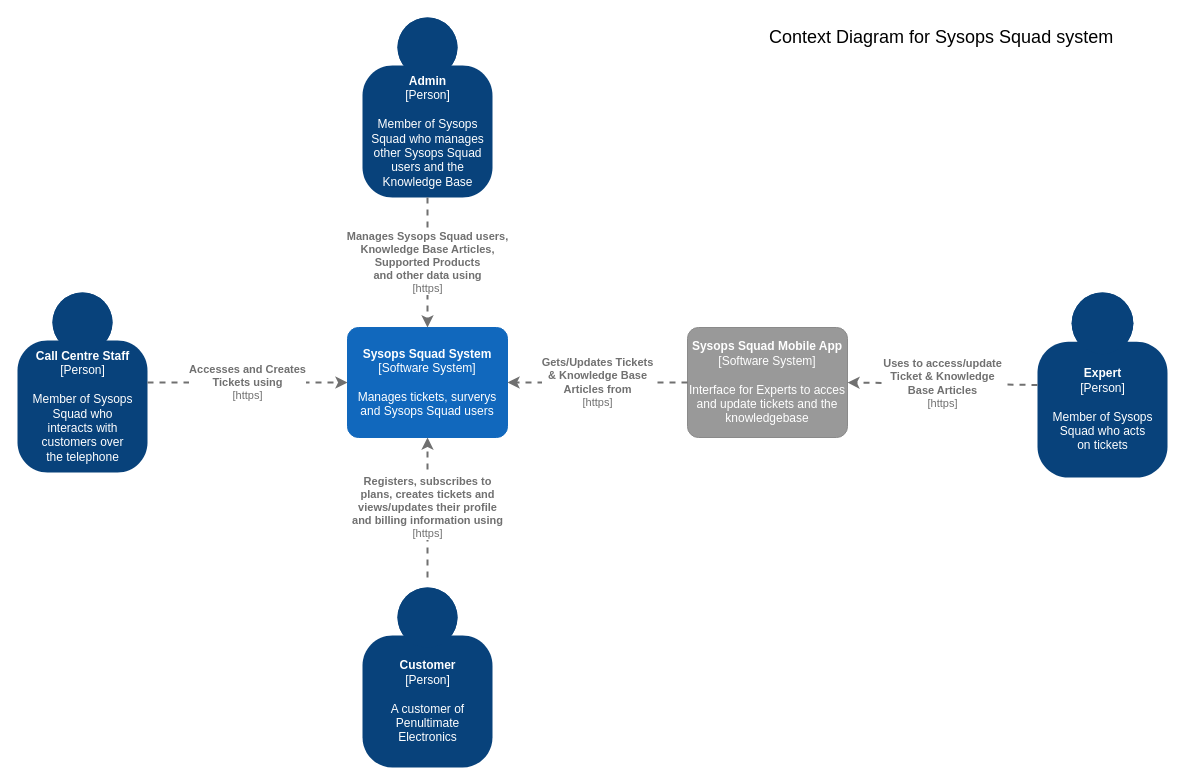
Above: 3.ViewsAndPerspectives/infrastructure/images/ContextDiagram.drawio in tekiegirl/TheMadKatas (draw.io), before the change. Source tidied: cells renumbered, new cells numbered last; positions are measured from the earlier drawing's top-left corner, leaving out a move shared by most shapes. Both pictures are drawn from the tidied source at 100%, with x=0, y=0 at pixel (17, 17).
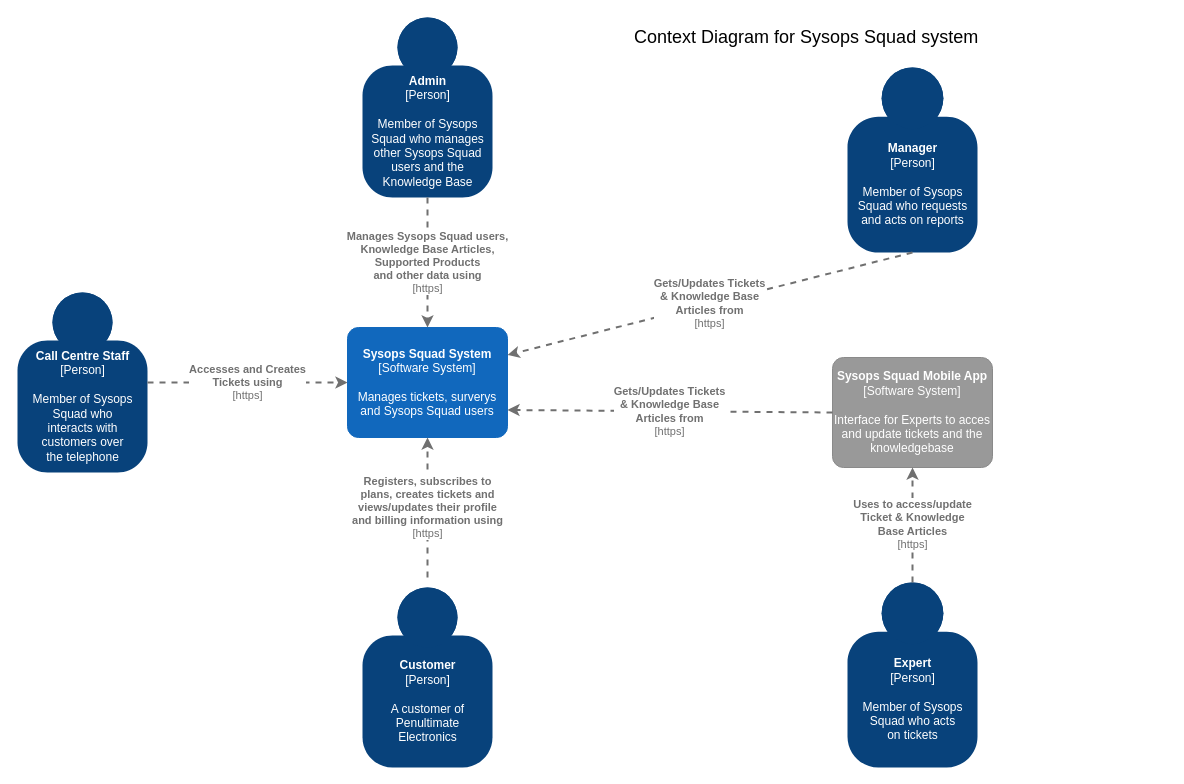
Above is the later version.

Commit message (it also covers changes not shown here):
Add Manager to Context diagram

The change refers to these unchanged cells:
```xml
<object id="3" label="&lt;b&gt;%c4Name%&lt;/b&gt;&lt;div&gt;[%c4Type%]&lt;/div&gt;&lt;br&gt;&lt;div&gt;%c4Description%&lt;/div&gt;" c4Description="Manages tickets, surverys and Sysops Squad users" c4Name="Sysops Squad System" c4Type="Software System" placeholders="1">
  <mxCell style="rounded=1;whiteSpace=wrap;html=1;labelBackgroundColor=none;fillColor=#1168BD;fontColor=#ffffff;align=center;arcSize=10;strokeColor=#1168BD;metaData={&quot;c4Type&quot;:{&quot;editable&quot;:false}};points=[[0.25,0,0],[0.5,0,0],[0.75,0,0],[1,0.25,0],[1,0.5,0],[1,0.75,0],[0.75,1,0],[0.5,1,0],[0.25,1,0],[0,0.75,0],[0,0.5,0],[0,0.25,0]];" parent="1" vertex="1">
    <mxGeometry x="330" y="310" width="160" height="110" as="geometry" />
  </mxCell>
</object>
```

The edit, as a diff of the source:
```diff
@@
     <object id="4" label="&lt;b&gt;%c4Name%&lt;/b&gt;&lt;div&gt;[%c4Type%]&lt;/div&gt;&lt;br&gt;&lt;div&gt;%c4Description%&lt;/div&gt;" c4Description="Interface for Experts to acces and update tickets and the knowledgebase" c4Name="Sysops Squad Mobile App" c4Type="Software System" placeholders="1">
       <mxCell style="rounded=1;whiteSpace=wrap;html=1;labelBackgroundColor=none;fillColor=#999999;fontColor=#ffffff;align=center;arcSize=10;strokeColor=#8A8A8A;metaData={&quot;c4Type&quot;:{&quot;editable&quot;:false}};points=[[0.25,0,0],[0.5,0,0],[0.75,0,0],[1,0.25,0],[1,0.5,0],[1,0.75,0],[0.75,1,0],[0.5,1,0],[0.25,1,0],[0,0.75,0],[0,0.5,0],[0,0.25,0]];" parent="1" vertex="1">
-        <mxGeometry x="670" y="310" width="160" height="110" as="geometry" />
+        <mxGeometry x="815" y="340" width="160" height="110" as="geometry" />
       </mxCell>
     </object>
     <object id="5" label="&lt;b&gt;%c4Name%&lt;/b&gt;&lt;div&gt;[%c4Type%]&lt;/div&gt;&lt;br&gt;&lt;div&gt;%c4Description%&lt;/div&gt;" c4Description="Member of Sysops &#10;Squad who acts &#10;on tickets" c4Name="Expert" c4Type="Person" placeholders="1">
       <mxCell style="html=1;dashed=0;whitespace=wrap;fillColor=#08427b;strokeColor=none;fontColor=#ffffff;shape=mxgraph.c4.person;align=center;points=[[0.5,0,0],[1,0.5,0],[1,0.75,0],[0.75,1,0],[0.5,1,0],[0.25,1,0],[0,0.75,0],[0,0.5,0]];metaData={&quot;c4Type&quot;:{&quot;editable&quot;:false}};" parent="1" vertex="1">
-        <mxGeometry x="1020" y="275" width="130" height="185" as="geometry" />
+        <mxGeometry x="830" y="565" width="130" height="185" as="geometry" />
       </mxCell>
     </object>
@@
     <object id="9" label="&lt;div style=&quot;text-align: left&quot;&gt;&lt;div style=&quot;text-align: center&quot;&gt;&lt;b&gt;%c4Description%&lt;/b&gt;&lt;/div&gt;&lt;div style=&quot;text-align: center&quot;&gt;[%c4Technology%]&lt;/div&gt;&lt;/div&gt;" c4Description="Gets/Updates Tickets &#10;&amp; Knowledge Base &#10;Articles from" c4Technology="https" placeholders="1">
-      <mxCell style="edgeStyle=none;rounded=0;html=1;entryX=1;entryY=0.5;jettySize=auto;strokeColor=#707070;strokeWidth=2;fontColor=#707070;jumpStyle=none;dashed=1;metaData={&quot;c4Type&quot;:{&quot;editable&quot;:false}};exitX=0;exitY=0.5;exitDx=0;exitDy=0;exitPerimeter=0;entryDx=0;entryDy=0;entryPerimeter=0;" parent="1" edge="1" source="4" target="3">
+      <mxCell style="edgeStyle=none;rounded=0;html=1;entryX=1;entryY=0.75;jettySize=auto;strokeColor=#707070;strokeWidth=2;fontColor=#707070;jumpStyle=none;dashed=1;metaData={&quot;c4Type&quot;:{&quot;editable&quot;:false}};exitX=0;exitY=0.5;exitDx=0;exitDy=0;exitPerimeter=0;entryDx=0;entryDy=0;entryPerimeter=0;" parent="1" edge="1" source="4" target="3">
         <mxGeometry relative="1" as="geometry" />
       </mxCell>
     </object>
     <object id="10" label="&lt;div style=&quot;text-align: left&quot;&gt;&lt;div style=&quot;text-align: center&quot;&gt;&lt;b&gt;%c4Description%&lt;/b&gt;&lt;/div&gt;&lt;div style=&quot;text-align: center&quot;&gt;[%c4Technology%]&lt;/div&gt;&lt;/div&gt;" c4Description="Uses to access/update &#10;Ticket &amp; Knowledge &#10;Base Articles" c4Technology="https" placeholders="1">
-      <mxCell style="edgeStyle=none;rounded=0;html=1;entryX=1;entryY=0.5;jettySize=auto;strokeColor=#707070;strokeWidth=2;fontColor=#707070;jumpStyle=none;dashed=1;metaData={&quot;c4Type&quot;:{&quot;editable&quot;:false}};exitX=0;exitY=0.5;exitDx=0;exitDy=0;exitPerimeter=0;entryDx=0;entryDy=0;entryPerimeter=0;" parent="1" edge="1" source="5" target="4">
+      <mxCell style="edgeStyle=none;rounded=0;html=1;entryX=0.5;entryY=1;jettySize=auto;strokeColor=#707070;strokeWidth=2;fontColor=#707070;jumpStyle=none;dashed=1;metaData={&quot;c4Type&quot;:{&quot;editable&quot;:false}};exitX=0.5;exitY=0;exitDx=0;exitDy=0;exitPerimeter=0;entryDx=0;entryDy=0;entryPerimeter=0;" parent="1" edge="1" source="5" target="4">
         <mxGeometry relative="1" as="geometry" />
       </mxCell>
     </object>
@@
     <mxCell id="13" value="&lt;font style=&quot;font-size: 18px&quot;&gt;Context Diagram for Sysops Squad system&lt;/font&gt;" style="text;html=1;align=left;verticalAlign=middle;" parent="1" vertex="1">
-      <mxGeometry x="750" y="10" width="360" height="20" as="geometry" />
+      <mxGeometry x="615" y="10" width="360" height="20" as="geometry" />
     </mxCell>
+    <object id="14" label="&lt;b&gt;%c4Name%&lt;/b&gt;&lt;div&gt;[%c4Type%]&lt;/div&gt;&lt;br&gt;&lt;div&gt;%c4Description%&lt;/div&gt;" c4Description="Member of Sysops &#10;Squad who requests&#10;and acts on reports" c4Name="Manager" c4Type="Person" placeholders="1">
+      <mxCell style="html=1;dashed=0;whitespace=wrap;fillColor=#08427b;strokeColor=none;fontColor=#ffffff;shape=mxgraph.c4.person;align=center;points=[[0.5,0,0],[1,0.5,0],[1,0.75,0],[0.75,1,0],[0.5,1,0],[0.25,1,0],[0,0.75,0],[0,0.5,0]];metaData={&quot;c4Type&quot;:{&quot;editable&quot;:false}};" parent="1" vertex="1">
+        <mxGeometry x="830" y="50" width="130" height="185" as="geometry" />
+      </mxCell>
+    </object>
+    <object id="15" label="&lt;div style=&quot;text-align: left&quot;&gt;&lt;div style=&quot;text-align: center&quot;&gt;&lt;b&gt;%c4Description%&lt;/b&gt;&lt;/div&gt;&lt;div style=&quot;text-align: center&quot;&gt;[%c4Technology%]&lt;/div&gt;&lt;/div&gt;" c4Description="Gets/Updates Tickets &#10;&amp; Knowledge Base &#10;Articles from" c4Technology="https" placeholders="1">
+      <mxCell style="edgeStyle=none;rounded=0;html=1;jettySize=auto;strokeColor=#707070;strokeWidth=2;fontColor=#707070;jumpStyle=none;dashed=1;metaData={&quot;c4Type&quot;:{&quot;editable&quot;:false}};entryX=1;entryY=0.25;entryDx=0;entryDy=0;entryPerimeter=0;exitX=0.5;exitY=1;exitDx=0;exitDy=0;exitPerimeter=0;" parent="1" edge="1" source="14" target="3">
+        <mxGeometry relative="1" as="geometry" />
+      </mxCell>
+    </object>
```
